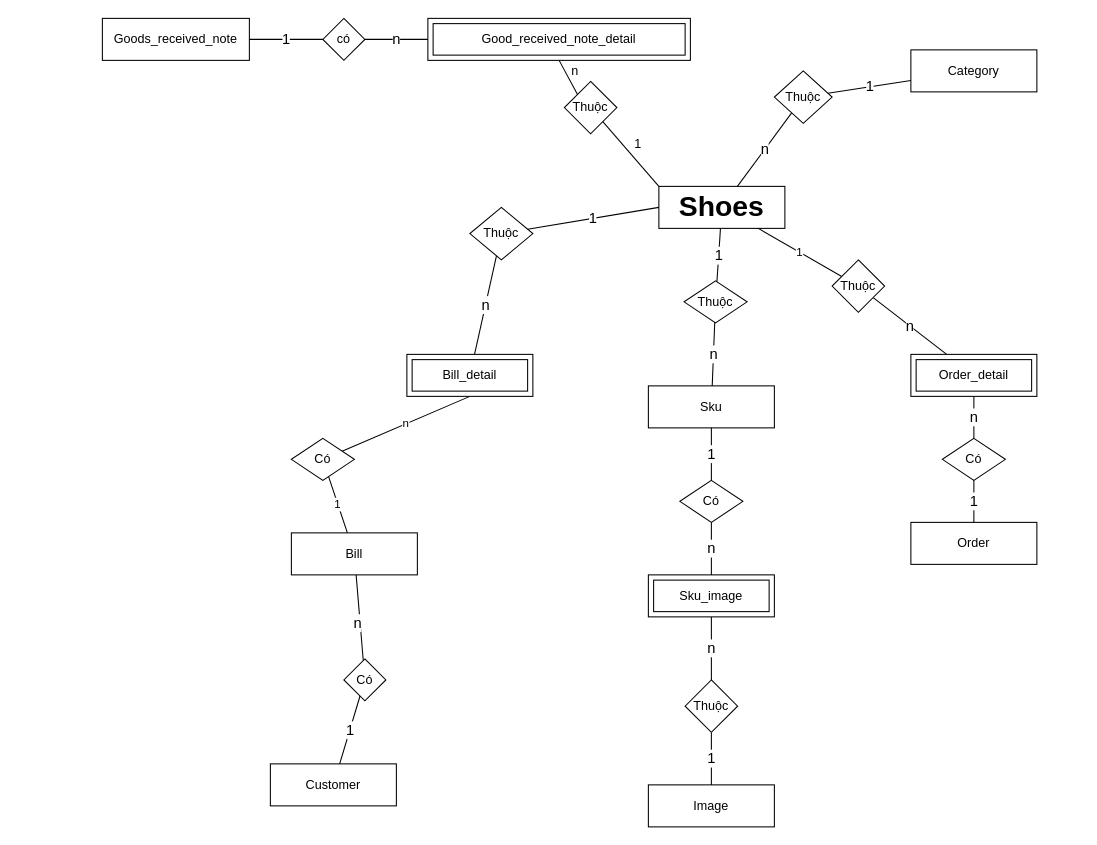
The draw.io diagram ERD.drawio in xxminhmie/override-project-document, before the edit. Source tidied: cells renumbered, new cells numbered last; positions are measured from the earlier drawing's top-left corner, leaving out a move shared by most shapes. Both pictures are drawn from the tidied source at 105%, with x=0, y=0 at pixel (102, 18).
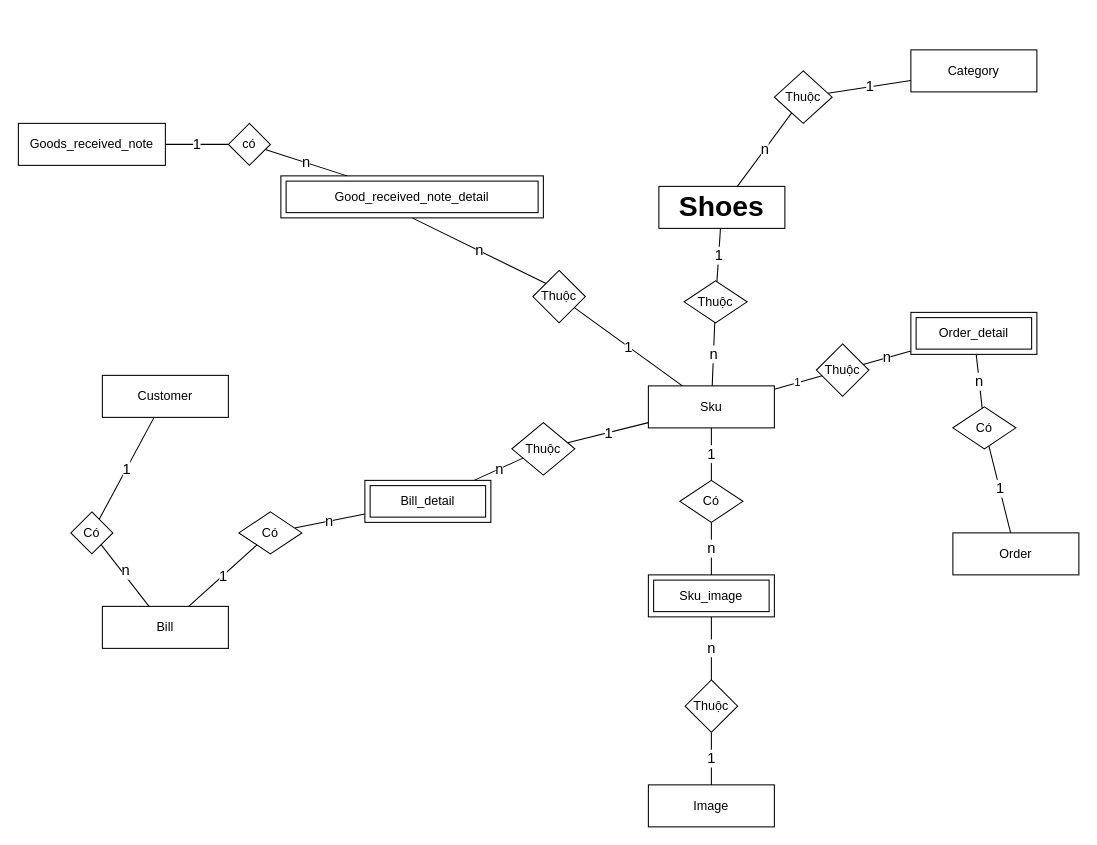
Above is the later version.

Unchanged cells that the change refers to:
```xml
<mxCell id="3" value="Sku" style="rounded=0;whiteSpace=wrap;html=1;" parent="1" vertex="1">
  <mxGeometry x="520" y="350" width="120" height="40" as="geometry" />
</mxCell>
<mxCell id="6" value="&lt;b&gt;&lt;font style=&quot;font-size: 27px&quot;&gt;Shoes&lt;/font&gt;&lt;/b&gt;" style="rounded=0;whiteSpace=wrap;html=1;" parent="1" vertex="1">
  <mxGeometry x="530" y="160" width="120" height="40" as="geometry" />
</mxCell>
```

Diff of the diagram source:
```diff
@@
     <mxCell id="2" value="Customer" style="rounded=0;whiteSpace=wrap;html=1;" parent="1" vertex="1">
-      <mxGeometry x="160" y="710" width="120" height="40" as="geometry" />
+      <mxGeometry y="340" width="120" height="40" as="geometry" />
     </mxCell>
@@
     <mxCell id="4" value="Bill" style="rounded=0;whiteSpace=wrap;html=1;" parent="1" vertex="1">
-      <mxGeometry x="180" y="490" width="120" height="40" as="geometry" />
+      <mxGeometry y="560" width="120" height="40" as="geometry" />
     </mxCell>
     <mxCell id="5" value="Order" style="rounded=0;whiteSpace=wrap;html=1;" parent="1" vertex="1">
-      <mxGeometry x="770" y="480" width="120" height="40" as="geometry" />
+      <mxGeometry x="810" y="490" width="120" height="40" as="geometry" />
     </mxCell>
@@
     <mxCell id="15" value="Thuộc" style="rhombus;whiteSpace=wrap;html=1;" parent="1" vertex="1">
-      <mxGeometry x="350" y="180" width="60" height="50" as="geometry" />
+      <mxGeometry x="390" y="385" width="60" height="50" as="geometry" />
     </mxCell>
-    <mxCell id="16" value="&lt;font style=&quot;font-size: 14px&quot;&gt;1&lt;/font&gt;" style="endArrow=none;html=1;" parent="1" edge="1" source="15">
-      <mxGeometry relative="1" as="geometry">
-        <mxPoint x="530" y="180" as="targetPoint" />
-      </mxGeometry>
+    <mxCell id="16" value="&lt;font style=&quot;font-size: 14px&quot;&gt;1&lt;/font&gt;" style="endArrow=none;html=1;" parent="1" edge="1" source="15" target="3">
+      <mxGeometry relative="1" as="geometry" />
     </mxCell>
@@
-    <mxCell id="18" value="n" style="endArrow=none;html=1;" parent="1" edge="1" source="19">
-      <mxGeometry relative="1" as="geometry">
-        <mxPoint x="350" y="360" as="targetPoint" />
-      </mxGeometry>
+    <mxCell id="18" value="n" style="endArrow=none;html=1;fontSize=14;" parent="1" edge="1" source="19" target="41">
+      <mxGeometry relative="1" as="geometry" />
     </mxCell>
     <mxCell id="19" value="Có" style="rhombus;whiteSpace=wrap;html=1;" parent="1" vertex="1">
-      <mxGeometry x="180" y="400" width="60" height="40" as="geometry" />
+      <mxGeometry x="130" y="470" width="60" height="40" as="geometry" />
     </mxCell>
-    <mxCell id="20" value="1" style="endArrow=none;html=1;" parent="1" edge="1" source="4" target="19">
+    <mxCell id="20" value="1" style="endArrow=none;html=1;fontSize=14;" parent="1" edge="1" source="4" target="19">
       <mxGeometry relative="1" as="geometry" />
     </mxCell>
     <mxCell id="21" value="Có" style="rhombus;whiteSpace=wrap;html=1;" parent="1" vertex="1">
-      <mxGeometry x="800" y="400" width="60" height="40" as="geometry" />
+      <mxGeometry x="810" y="370" width="60" height="40" as="geometry" />
     </mxCell>
     <mxCell id="22" value="Thuộc" style="rhombus;whiteSpace=wrap;html=1;" parent="1" vertex="1">
-      <mxGeometry x="695" y="230" width="50" height="50" as="geometry" />
+      <mxGeometry x="680" y="310" width="50" height="50" as="geometry" />
     </mxCell>
@@
-    <mxCell id="24" value="1" style="endArrow=none;html=1;" parent="1" edge="1" source="22" target="6">
+    <mxCell id="24" value="1" style="endArrow=none;html=1;" parent="1" edge="1" source="22" target="3">
       <mxGeometry relative="1" as="geometry" />
     </mxCell>
@@
     <mxCell id="27" value="Có" style="rhombus;whiteSpace=wrap;html=1;" parent="1" vertex="1">
-      <mxGeometry x="230" y="610" width="40" height="40" as="geometry" />
+      <mxGeometry x="-30" y="470" width="40" height="40" as="geometry" />
     </mxCell>
     <mxCell id="28" value="Goods_received_note" style="rounded=0;whiteSpace=wrap;html=1;" parent="1" vertex="1">
-      <mxGeometry width="140" height="40" as="geometry" />
+      <mxGeometry x="-80" y="100" width="140" height="40" as="geometry" />
     </mxCell>
     <mxCell id="29" value="Thuộc" style="rhombus;whiteSpace=wrap;html=1;" parent="1" vertex="1">
-      <mxGeometry x="440" y="60" width="50" height="50" as="geometry" />
+      <mxGeometry x="410" y="240" width="50" height="50" as="geometry" />
     </mxCell>
     <mxCell id="30" value="có" style="rhombus;whiteSpace=wrap;html=1;" parent="1" vertex="1">
-      <mxGeometry x="210" width="40" height="40" as="geometry" />
+      <mxGeometry x="120" y="100" width="40" height="40" as="geometry" />
     </mxCell>
-    <mxCell id="31" style="endArrow=none;html=1;entryX=0;entryY=0;entryDx=0;entryDy=0;" parent="1" edge="1" source="29" target="6">
+    <mxCell id="31" value="&lt;font style=&quot;font-size: 14px&quot;&gt;1&lt;/font&gt;" style="endArrow=none;html=1;" parent="1" edge="1" source="29" target="3">
       <mxGeometry relative="1" as="geometry" />
     </mxCell>
-    <mxCell id="32" style="endArrow=none;html=1;entryX=0;entryY=0;entryDx=0;entryDy=0;exitX=0.5;exitY=1;exitDx=0;exitDy=0;" parent="1" edge="1" source="38" target="29">
+    <mxCell id="32" value="&lt;font style=&quot;font-size: 14px&quot;&gt;n&lt;/font&gt;" style="endArrow=none;html=1;entryX=0;entryY=0;entryDx=0;entryDy=0;exitX=0.5;exitY=1;exitDx=0;exitDy=0;" parent="1" edge="1" source="38" target="29">
       <mxGeometry relative="1" as="geometry" />
     </mxCell>
@@
-    <mxCell id="34" value="1" style="text;html=1;align=center;verticalAlign=middle;" parent="1" vertex="1">
-      <mxGeometry x="500" y="110" width="20" height="20" as="geometry" />
-    </mxCell>
@@
     <mxCell id="38" value="&lt;span&gt;Good_received_note_detail&lt;/span&gt;" style="shape=ext;margin=3;double=1;whiteSpace=wrap;html=1;align=center;" parent="1" vertex="1">
-      <mxGeometry x="310" width="250" height="40" as="geometry" />
+      <mxGeometry x="170" y="150" width="250" height="40" as="geometry" />
     </mxCell>
-    <mxCell id="39" value="n" style="text;html=1;align=center;verticalAlign=middle;" parent="1" vertex="1">
-      <mxGeometry x="440" y="40" width="20" height="20" as="geometry" />
-    </mxCell>
@@
     <mxCell id="41" value="Bill_detail" style="shape=ext;margin=3;double=1;whiteSpace=wrap;html=1;align=center;" parent="1" vertex="1">
-      <mxGeometry x="290" y="320" width="120" height="40" as="geometry" />
+      <mxGeometry x="250" y="440" width="120" height="40" as="geometry" />
     </mxCell>
     <mxCell id="42" value="Order_detail" style="shape=ext;margin=3;double=1;whiteSpace=wrap;html=1;align=center;" parent="1" vertex="1">
-      <mxGeometry x="770" y="320" width="120" height="40" as="geometry" />
+      <mxGeometry x="770" y="280" width="120" height="40" as="geometry" />
     </mxCell>
```
